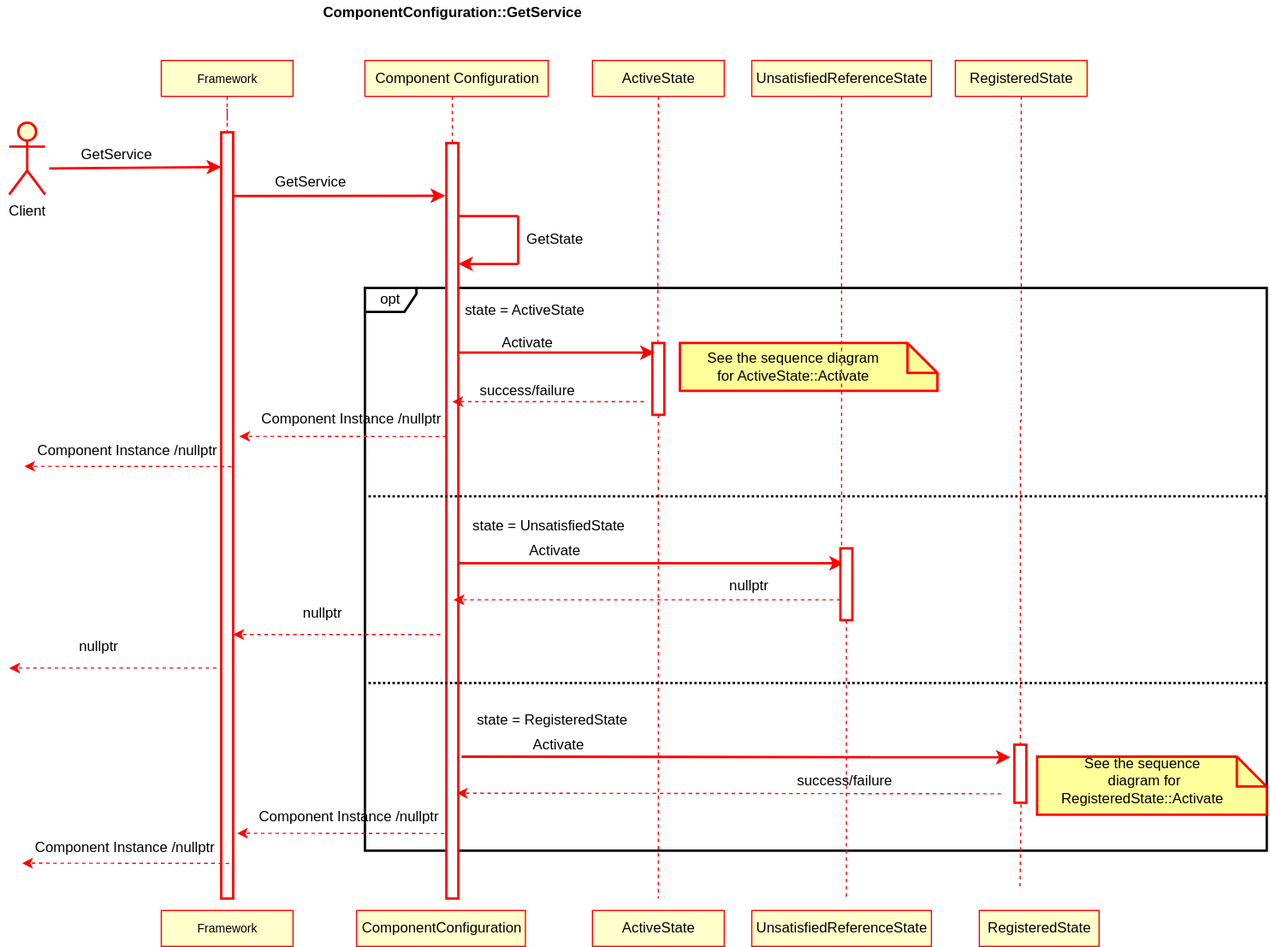
Earlier version of the draw.io export text/0003-declarative-services/ComponentConfigurationGetService.svg (CppMicroServices/rfcs). Source tidied: cells renumbered, new cells last; positions are measured from the earlier drawing's top-left corner, leaving out a move shared by most shapes.
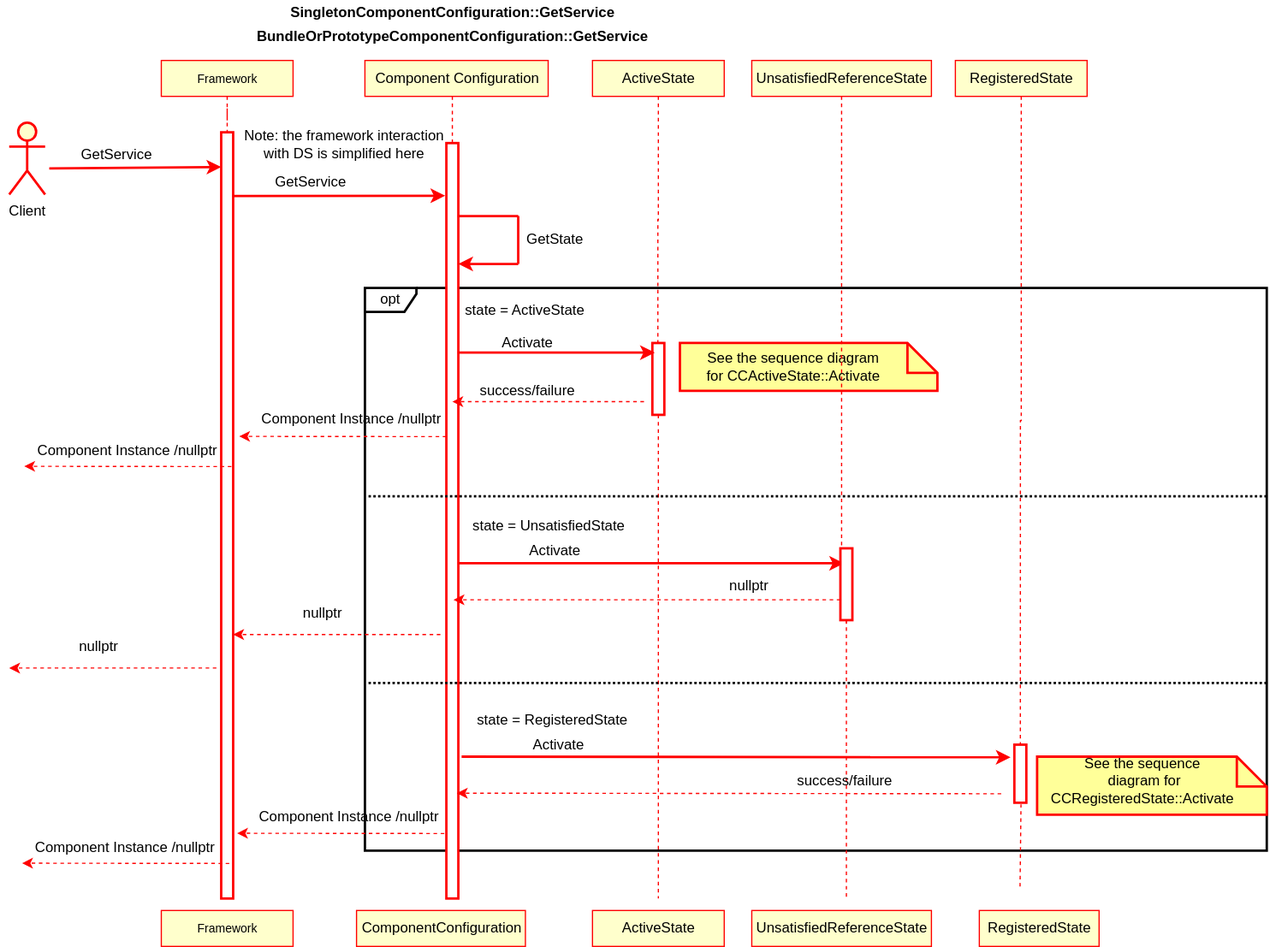
After the change.

The edit, as a diff of the source:
```diff
@@ -14,8 +14,8 @@
     <mxCell id="5" value="&lt;span style=&quot;font-size: 10px&quot;&gt;Framework&lt;/span&gt;" style="html=1;strokeWidth=1;strokeColor=#FF0000;fillColor=#FFFFCC;" parent="1" vertex="1">
       <mxGeometry x="127" y="50" width="110" height="30" as="geometry" />
     </mxCell>
-    <mxCell id="6" value="&lt;font style=&quot;font-size: 12px&quot;&gt;&lt;b&gt;ComponentConfiguration::GetService&lt;/b&gt;&lt;/font&gt;" style="text;html=1;align=center;verticalAlign=middle;fontSize=10;" parent="1" vertex="1">
-      <mxGeometry x="255" width="230" height="20" as="geometry" />
+    <mxCell id="6" value="&lt;font style=&quot;font-size: 12px&quot;&gt;&lt;b&gt;SingletonComponentConfiguration::GetService&lt;/b&gt;&lt;/font&gt;" style="text;html=1;align=center;verticalAlign=middle;fontSize=10;" parent="1" vertex="1">
+      <mxGeometry x="225" width="290" height="20" as="geometry" />
     </mxCell>
     <mxCell id="7" value="&lt;font style=&quot;font-size: 12px;&quot;&gt;Component Configuration&lt;/font&gt;" style="html=1;strokeWidth=1;fontSize=12;strokeColor=#FF0000;fillColor=#FFFFCC;" parent="1" vertex="1">
       <mxGeometry x="297" y="50" width="153" height="30" as="geometry" />
@@ -113,7 +113,7 @@
     <mxCell id="33" style="shape=note2;boundedLbl=1;whiteSpace=wrap;html=1;size=25;verticalAlign=top;align=center;strokeWidth=2;strokeColor=#FF0000;fillColor=#FFFF99;" parent="1" vertex="1">
       <mxGeometry x="560" y="286" width="215" height="40" as="geometry" />
     </mxCell>
-    <mxCell id="34" value="See the sequence diagram for ActiveState::Activate" style="text;html=1;strokeColor=none;fillColor=none;align=center;verticalAlign=middle;whiteSpace=wrap;rounded=0;" parent="1" vertex="1">
+    <mxCell id="34" value="See the sequence diagram for CCActiveState::Activate" style="text;html=1;strokeColor=none;fillColor=none;align=center;verticalAlign=middle;whiteSpace=wrap;rounded=0;" parent="1" vertex="1">
       <mxGeometry x="575" y="296" width="160" height="20" as="geometry" />
     </mxCell>
     <mxCell id="35" style="endArrow=classic;html=1;strokeWidth=2;strokeColor=#FF0000;entryX=-0.1;entryY=0.051;entryDx=0;entryDy=0;entryPerimeter=0;" parent="1" edge="1">
@@ -253,7 +253,7 @@
     <mxCell id="66" style="shape=note2;boundedLbl=1;whiteSpace=wrap;html=1;size=25;verticalAlign=top;align=center;strokeWidth=2;strokeColor=#FF0000;fillColor=#FFFF99;" parent="1" vertex="1">
       <mxGeometry x="858.2" y="631.5" width="191.8" height="48.5" as="geometry" />
     </mxCell>
-    <mxCell id="67" value="See the sequence&lt;br&gt;&amp;nbsp;diagram for RegisteredState::Activate" style="text;html=1;strokeColor=none;fillColor=none;align=center;verticalAlign=middle;whiteSpace=wrap;rounded=0;" parent="1" vertex="1">
+    <mxCell id="67" value="See the sequence&lt;br&gt;&amp;nbsp;diagram for CCRegisteredState::Activate" style="text;html=1;strokeColor=none;fillColor=none;align=center;verticalAlign=middle;whiteSpace=wrap;rounded=0;" parent="1" vertex="1">
       <mxGeometry x="873.2" y="631.5" width="146.8" height="40" as="geometry" />
     </mxCell>
     <mxCell id="68" style="endArrow=none;dashed=1;html=1;strokeWidth=1;fontSize=12;entryX=0.555;entryY=1.029;entryDx=0;entryDy=0;entryPerimeter=0;strokeColor=#FF0000;" parent="1" edge="1" target="60">
@@ -261,5 +261,11 @@
         <mxPoint x="844" y="740" as="sourcePoint" />
       </mxGeometry>
     </mxCell>
+    <mxCell id="69" value="&lt;font style=&quot;font-size: 12px&quot;&gt;&lt;b&gt;BundleOrPrototypeComponentConfiguration::GetService&lt;/b&gt;&lt;/font&gt;" style="text;html=1;align=center;verticalAlign=middle;fontSize=10;" parent="1" vertex="1">
+      <mxGeometry x="200" y="20" width="340" height="20" as="geometry" />
+    </mxCell>
+    <mxCell id="70" value="Note: the framework interaction with DS is simplified here" style="text;html=1;strokeColor=none;fillColor=none;align=center;verticalAlign=middle;whiteSpace=wrap;rounded=0;dashed=1;dashPattern=1 1;" parent="1" vertex="1">
+      <mxGeometry x="195" y="110" width="170" height="20" as="geometry" />
+    </mxCell>
   </root>
 </mxGraphModel>
```
